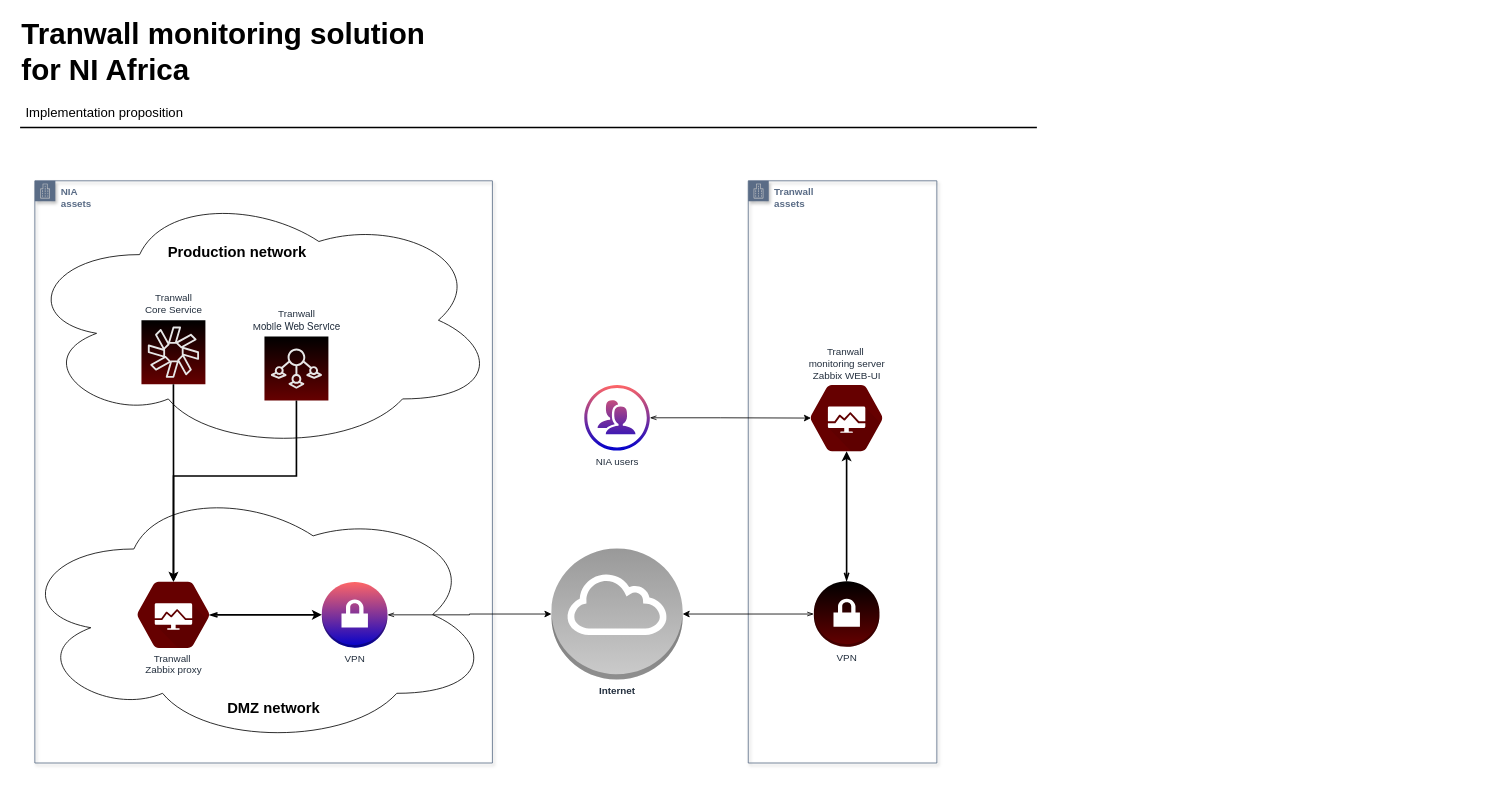
This is NIA monitoting solution.drawio from 7ak/draw.io, a draw.io file, before an edit. Source tidied: cells renumbered, new cells numbered last; positions are measured from the earlier drawing's top-left corner, leaving out a move shared by most shapes. Both pictures are drawn from the tidied source at 82%, with x=0, y=0 at pixel (14, 14).
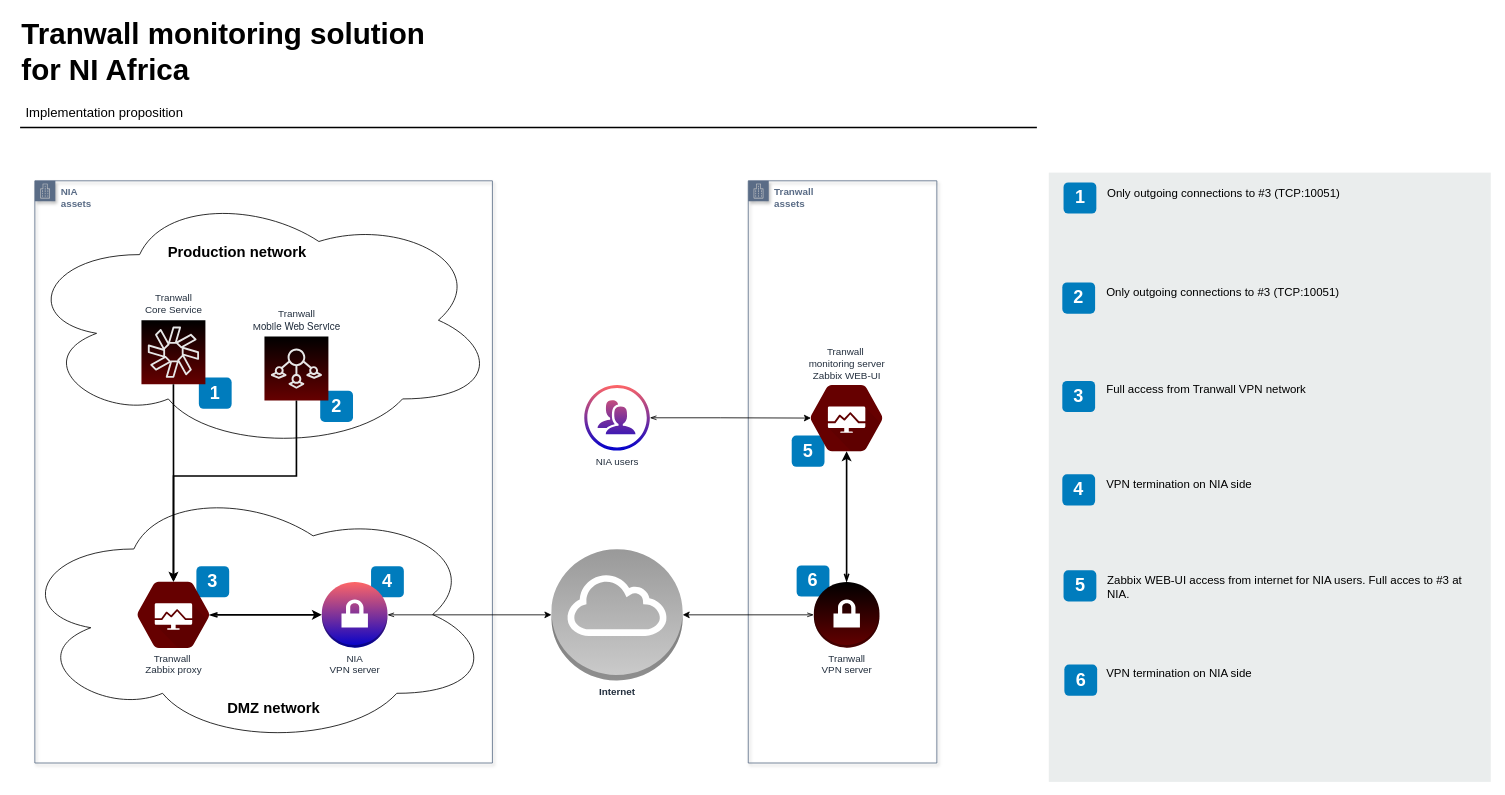
After the change.

The change refers to these unchanged cells:
```xml
<mxCell id="12" value="&lt;font style=&quot;font-size: 12px&quot;&gt;&lt;span&gt;Tranwall &lt;br&gt;M&lt;/span&gt;&lt;span style=&quot;font-family: &amp;#34;helvetica neue&amp;#34;&quot;&gt;obile Web Service&lt;/span&gt;&lt;/font&gt;" style="outlineConnect=0;fontColor=#232F3E;gradientColor=#000000;gradientDirection=north;fillColor=#660000;strokeColor=#E6E6E6;dashed=0;verticalLabelPosition=top;verticalAlign=bottom;align=center;html=1;fontSize=12;fontStyle=0;shape=mxgraph.aws4.resourceIcon;resIcon=mxgraph.aws4.iot_sitewise;shadow=0;spacing=5;labelPosition=center;spacingTop=0;" parent="1" vertex="1">
  <mxGeometry x="305" y="393" width="78" height="78" as="geometry" />
</mxCell>
```

The edit, as a diff of the source:
```diff
@@
+    <mxCell id="4" value="&lt;b style=&quot;font-size: 18px;&quot;&gt;Production network&lt;/b&gt;" style="ellipse;shape=cloud;whiteSpace=wrap;html=1;fillColor=none;labelPosition=center;verticalLabelPosition=top;align=center;verticalAlign=bottom;spacing=-90;fontSize=18;spacingLeft=-53;" parent="1" vertex="1">
+      <mxGeometry x="7" y="213" width="583" height="320" as="geometry" />
+    </mxCell>
+    <mxCell id="24" value="2" style="rounded=1;whiteSpace=wrap;html=1;fillColor=#007CBD;strokeColor=none;fontColor=#FFFFFF;fontStyle=1;fontSize=22;" parent="1" vertex="1">
+      <mxGeometry x="373" y="459" width="40" height="38" as="geometry" />
+    </mxCell>
+    <mxCell id="25" value="1" style="rounded=1;whiteSpace=wrap;html=1;fillColor=#007CBD;strokeColor=none;fontColor=#FFFFFF;fontStyle=1;fontSize=22;" parent="1" vertex="1">
+      <mxGeometry x="225" y="443" width="40" height="38" as="geometry" />
+    </mxCell>
@@
-    <mxCell id="4" value="&lt;b style=&quot;font-size: 18px;&quot;&gt;Production network&lt;/b&gt;" style="ellipse;shape=cloud;whiteSpace=wrap;html=1;fillColor=none;labelPosition=center;verticalLabelPosition=top;align=center;verticalAlign=bottom;spacing=-90;fontSize=18;spacingLeft=-53;" parent="1" vertex="1">
-      <mxGeometry x="7" y="213" width="583" height="320" as="geometry" />
-    </mxCell>
@@
-    <mxCell id="10" value="VPN" style="outlineConnect=0;dashed=0;verticalLabelPosition=bottom;verticalAlign=top;align=center;html=1;shape=mxgraph.aws3.vpn_gateway;fillColor=#0000CC;gradientColor=#FF6666;fontColor=#232F3E;fontStyle=0;strokeColor=#ffffff;gradientDirection=north;labelBackgroundColor=none;" parent="1" vertex="1">
-      <mxGeometry x="375" y="692.3" width="80" height="80" as="geometry" />
-    </mxCell>
@@
     <mxCell id="16" style="edgeStyle=orthogonalEdgeStyle;rounded=0;jettySize=auto;html=1;startArrow=classic;startFill=1;fontSize=18;exitX=0.5;exitY=0.16;exitDx=0;exitDy=0;exitPerimeter=0;strokeWidth=2;endArrow=none;endFill=0;" parent="1" edge="1" source="18" target="12">
       <mxGeometry relative="1" as="geometry">
         <Array as="points">
-          <mxPoint x="195" y="563" />
+          <mxPoint x="194" y="563" />
           <mxPoint x="344" y="563" />
         </Array>
       </mxGeometry>
     </mxCell>
@@
-    <mxCell id="18" value="Tranwall&amp;nbsp;&lt;br&gt;Zabbix proxy" style="html=1;fillColor=#660000;strokeColor=#E6E6E6;verticalAlign=top;labelPosition=center;verticalLabelPosition=bottom;align=center;spacingTop=0;fontSize=12;fontStyle=0;fontColor=#232F3E;shape=mxgraph.gcp2.hexIcon;prIcon=cloud_deployment_manager;shadow=0;dashed=0;gradientColor=#000000;gradientDirection=north;spacing=-18;" parent="1" vertex="1">
-      <mxGeometry x="127.1" y="673" width="133.9" height="118.7" as="geometry" />
-    </mxCell>
@@
+    <mxCell id="22" value="Internet" style="outlineConnect=0;dashed=0;verticalLabelPosition=bottom;verticalAlign=top;align=center;html=1;shape=mxgraph.aws3.internet_gateway;fillColor=#CCCCCC;gradientColor=#999999;fontSize=12;fontColor=#232F3E;fontStyle=1;strokeColor=#ffffff;gradientDirection=north;" parent="1" vertex="1">
+      <mxGeometry x="655" y="652.3" width="160" height="160" as="geometry" />
+    </mxCell>
+    <mxCell id="26" value="3" style="rounded=1;whiteSpace=wrap;html=1;fillColor=#007CBD;strokeColor=none;fontColor=#FFFFFF;fontStyle=1;fontSize=22;" parent="1" vertex="1">
+      <mxGeometry x="222" y="673" width="40" height="38" as="geometry" />
+    </mxCell>
+    <mxCell id="18" value="Tranwall&amp;nbsp;&lt;br&gt;Zabbix proxy" style="html=1;fillColor=#660000;strokeColor=#E6E6E6;verticalAlign=top;labelPosition=center;verticalLabelPosition=bottom;align=center;spacingTop=0;fontSize=12;fontStyle=0;fontColor=#232F3E;shape=mxgraph.gcp2.hexIcon;prIcon=cloud_deployment_manager;shadow=0;dashed=0;gradientColor=#000000;gradientDirection=north;spacing=-18;" parent="1" vertex="1">
+      <mxGeometry x="127.1" y="673" width="133.9" height="118.7" as="geometry" />
+    </mxCell>
+    <mxCell id="27" value="4" style="rounded=1;whiteSpace=wrap;html=1;fillColor=#007CBD;strokeColor=none;fontColor=#FFFFFF;fontStyle=1;fontSize=22;" parent="1" vertex="1">
+      <mxGeometry x="435" y="673" width="40" height="38" as="geometry" />
+    </mxCell>
+    <mxCell id="10" value="NIA&lt;br&gt;VPN server" style="outlineConnect=0;dashed=0;verticalLabelPosition=bottom;verticalAlign=top;align=center;html=1;shape=mxgraph.aws3.vpn_gateway;fillColor=#0000CC;gradientColor=#FF6666;fontColor=#232F3E;fontStyle=0;strokeColor=#ffffff;gradientDirection=north;labelBackgroundColor=none;" parent="1" vertex="1">
+      <mxGeometry x="375" y="692.3" width="80" height="80" as="geometry" />
+    </mxCell>
+    <mxCell id="28" value="5" style="rounded=1;whiteSpace=wrap;html=1;fillColor=#007CBD;strokeColor=none;fontColor=#FFFFFF;fontStyle=1;fontSize=22;" parent="1" vertex="1">
+      <mxGeometry x="948" y="513.7" width="40" height="38" as="geometry" />
+    </mxCell>
+    <mxCell id="23" value="Tranwall&amp;nbsp;&lt;br&gt;monitoring server&lt;br&gt;Zabbix WEB-UI" style="html=1;fillColor=#660000;strokeColor=#E6E6E6;verticalAlign=bottom;labelPosition=center;verticalLabelPosition=top;align=center;spacingTop=0;fontSize=12;fontStyle=0;fontColor=#232F3E;shape=mxgraph.gcp2.hexIcon;prIcon=cloud_deployment_manager;shadow=0;dashed=0;gradientColor=#000000;gradientDirection=north;spacing=-15;" parent="1" vertex="1">
+      <mxGeometry x="948" y="433" width="133.9" height="118.7" as="geometry" />
+    </mxCell>
+    <mxCell id="29" value="6" style="rounded=1;whiteSpace=wrap;html=1;fillColor=#007CBD;strokeColor=none;fontColor=#FFFFFF;fontStyle=1;fontSize=22;" parent="1" vertex="1">
+      <mxGeometry x="954" y="672" width="40" height="38" as="geometry" />
+    </mxCell>
-    <mxCell id="21" value="VPN" style="outlineConnect=0;dashed=0;verticalLabelPosition=bottom;verticalAlign=top;align=center;html=1;shape=mxgraph.aws3.vpn_gateway;fillColor=#660000;gradientColor=#000000;fontColor=#232F3E;fontStyle=0;strokeColor=#E6E6E6;gradientDirection=north;labelBackgroundColor=none;shadow=0;spacing=2;spacingTop=0;" parent="1" vertex="1">
-      <mxGeometry x="975" y="691.3" width="80" height="80" as="geometry" />
+    <mxCell id="21" value="Tranwall&lt;br&gt;VPN server" style="outlineConnect=0;dashed=0;verticalLabelPosition=bottom;verticalAlign=top;align=center;html=1;shape=mxgraph.aws3.vpn_gateway;fillColor=#660000;gradientColor=#000000;fontColor=#232F3E;fontStyle=0;strokeColor=#E6E6E6;gradientDirection=north;labelBackgroundColor=none;shadow=0;spacing=2;spacingTop=0;" parent="1" vertex="1">
+      <mxGeometry x="975" y="692.3" width="80" height="80" as="geometry" />
     </mxCell>
-    <mxCell id="22" value="Internet" style="outlineConnect=0;dashed=0;verticalLabelPosition=bottom;verticalAlign=top;align=center;html=1;shape=mxgraph.aws3.internet_gateway;fillColor=#CCCCCC;gradientColor=#999999;fontSize=12;fontColor=#232F3E;fontStyle=1;strokeColor=#ffffff;gradientDirection=north;" parent="1" vertex="1">
-      <mxGeometry x="655" y="651.3" width="160" height="160" as="geometry" />
-    </mxCell>
-    <mxCell id="23" value="Tranwall&amp;nbsp;&lt;br&gt;monitoring server&lt;br&gt;Zabbix WEB-UI" style="html=1;fillColor=#660000;strokeColor=#E6E6E6;verticalAlign=bottom;labelPosition=center;verticalLabelPosition=top;align=center;spacingTop=0;fontSize=12;fontStyle=0;fontColor=#232F3E;shape=mxgraph.gcp2.hexIcon;prIcon=cloud_deployment_manager;shadow=0;dashed=0;gradientColor=#000000;gradientDirection=north;spacing=-15;" parent="1" vertex="1">
-      <mxGeometry x="948" y="433" width="133.9" height="118.7" as="geometry" />
-    </mxCell>
+    <mxCell id="30" style="rounded=0;whiteSpace=wrap;html=1;fillColor=#EAEDED;fontSize=22;fontColor=#FFFFFF;strokeColor=none;labelBackgroundColor=none;" parent="1" vertex="1">
+      <mxGeometry x="1261.5" y="193" width="539" height="743" as="geometry" />
+    </mxCell>
+    <mxCell id="31" value="1" style="rounded=1;whiteSpace=wrap;html=1;fillColor=#007CBD;strokeColor=none;fontColor=#FFFFFF;fontStyle=1;fontSize=22;labelBackgroundColor=none;" parent="1" vertex="1">
+      <mxGeometry x="1279.5" y="205" width="40" height="38" as="geometry" />
+    </mxCell>
+    <mxCell id="32" value="2" style="rounded=1;whiteSpace=wrap;html=1;fillColor=#007CBD;strokeColor=none;fontColor=#FFFFFF;fontStyle=1;fontSize=22;labelBackgroundColor=none;" parent="1" vertex="1">
+      <mxGeometry x="1278" y="327" width="40" height="38" as="geometry" />
+    </mxCell>
+    <mxCell id="33" value="3" style="rounded=1;whiteSpace=wrap;html=1;fillColor=#007CBD;strokeColor=none;fontColor=#FFFFFF;fontStyle=1;fontSize=22;labelBackgroundColor=none;" parent="1" vertex="1">
+      <mxGeometry x="1278" y="447" width="40" height="38" as="geometry" />
+    </mxCell>
+    <mxCell id="34" value="4" style="rounded=1;whiteSpace=wrap;html=1;fillColor=#007CBD;strokeColor=none;fontColor=#FFFFFF;fontStyle=1;fontSize=22;labelBackgroundColor=none;" parent="1" vertex="1">
+      <mxGeometry x="1278" y="561" width="40" height="38" as="geometry" />
+    </mxCell>
+    <mxCell id="35" value="5" style="rounded=1;whiteSpace=wrap;html=1;fillColor=#007CBD;strokeColor=none;fontColor=#FFFFFF;fontStyle=1;fontSize=22;labelBackgroundColor=none;" parent="1" vertex="1">
+      <mxGeometry x="1279.5" y="678" width="40" height="38" as="geometry" />
+    </mxCell>
+    <mxCell id="36" value="6" style="rounded=1;whiteSpace=wrap;html=1;fillColor=#007CBD;strokeColor=none;fontColor=#FFFFFF;fontStyle=1;fontSize=22;labelBackgroundColor=none;" parent="1" vertex="1">
+      <mxGeometry x="1280.5" y="793" width="40" height="38" as="geometry" />
+    </mxCell>
+    <mxCell id="37" value="Only outgoing connections to #3 (TCP:10051)" style="text;html=1;align=left;verticalAlign=top;spacingTop=-4;fontSize=14;labelBackgroundColor=none;whiteSpace=wrap;" parent="1" vertex="1">
+      <mxGeometry x="1331" y="206.5" width="449" height="118" as="geometry" />
+    </mxCell>
+    <mxCell id="38" value="Only outgoing connections to #3 (TCP:10051)" style="text;html=1;align=left;verticalAlign=top;spacingTop=-4;fontSize=14;labelBackgroundColor=none;whiteSpace=wrap;" parent="1" vertex="1">
+      <mxGeometry x="1330" y="327.5" width="450" height="115" as="geometry" />
+    </mxCell>
+    <mxCell id="39" value="Full access from Tranwall VPN network&amp;nbsp;" style="text;html=1;align=left;verticalAlign=top;spacingTop=-4;fontSize=14;labelBackgroundColor=none;whiteSpace=wrap;" parent="1" vertex="1">
+      <mxGeometry x="1330" y="445.5" width="450" height="117" as="geometry" />
+    </mxCell>
+    <mxCell id="40" value="VPN termination on NIA side" style="text;html=1;align=left;verticalAlign=top;spacingTop=-4;fontSize=14;labelBackgroundColor=none;whiteSpace=wrap;" parent="1" vertex="1">
+      <mxGeometry x="1330" y="561.5" width="450" height="121" as="geometry" />
+    </mxCell>
+    <mxCell id="41" value="Zabbix WEB-UI access from internet for NIA users. Full acces to #3 at NIA." style="text;html=1;align=left;verticalAlign=top;spacingTop=-4;fontSize=14;labelBackgroundColor=none;whiteSpace=wrap;" parent="1" vertex="1">
+      <mxGeometry x="1331" y="678.5" width="449" height="114" as="geometry" />
+    </mxCell>
+    <mxCell id="42" value="VPN termination on NIA side" style="text;html=1;align=left;verticalAlign=top;spacingTop=-4;fontSize=14;labelBackgroundColor=none;whiteSpace=wrap;" parent="1" vertex="1">
+      <mxGeometry x="1330" y="792.5" width="449" height="114" as="geometry" />
+    </mxCell>
```
